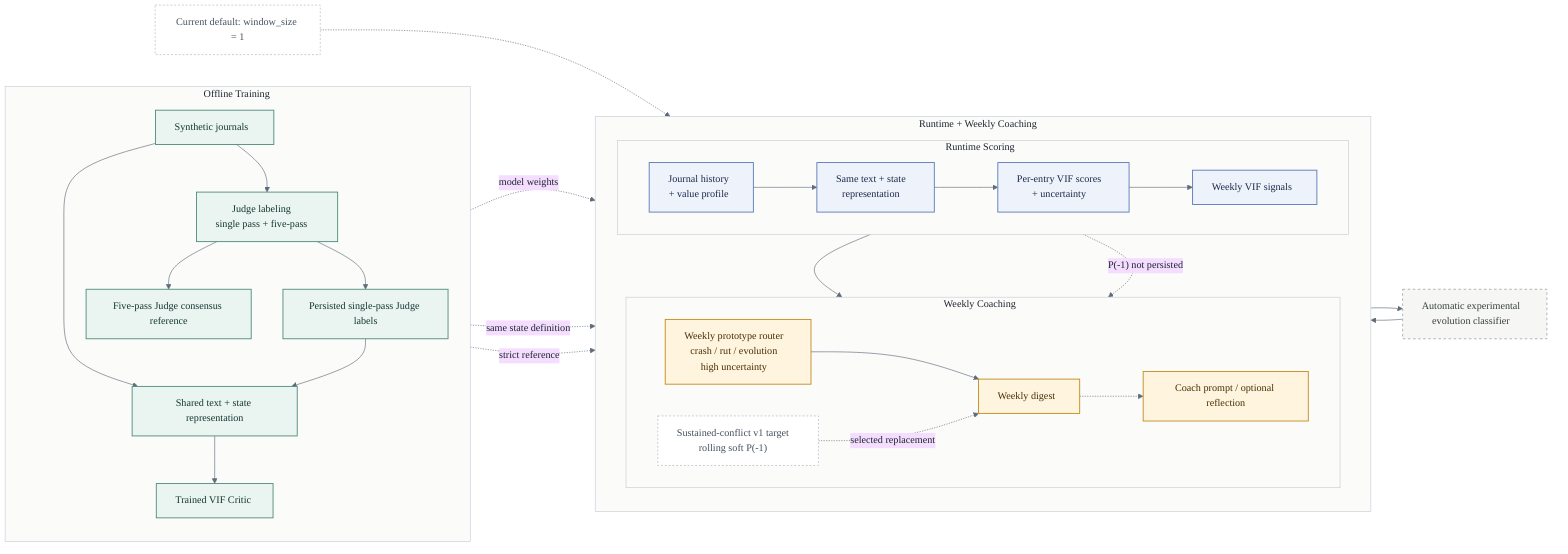
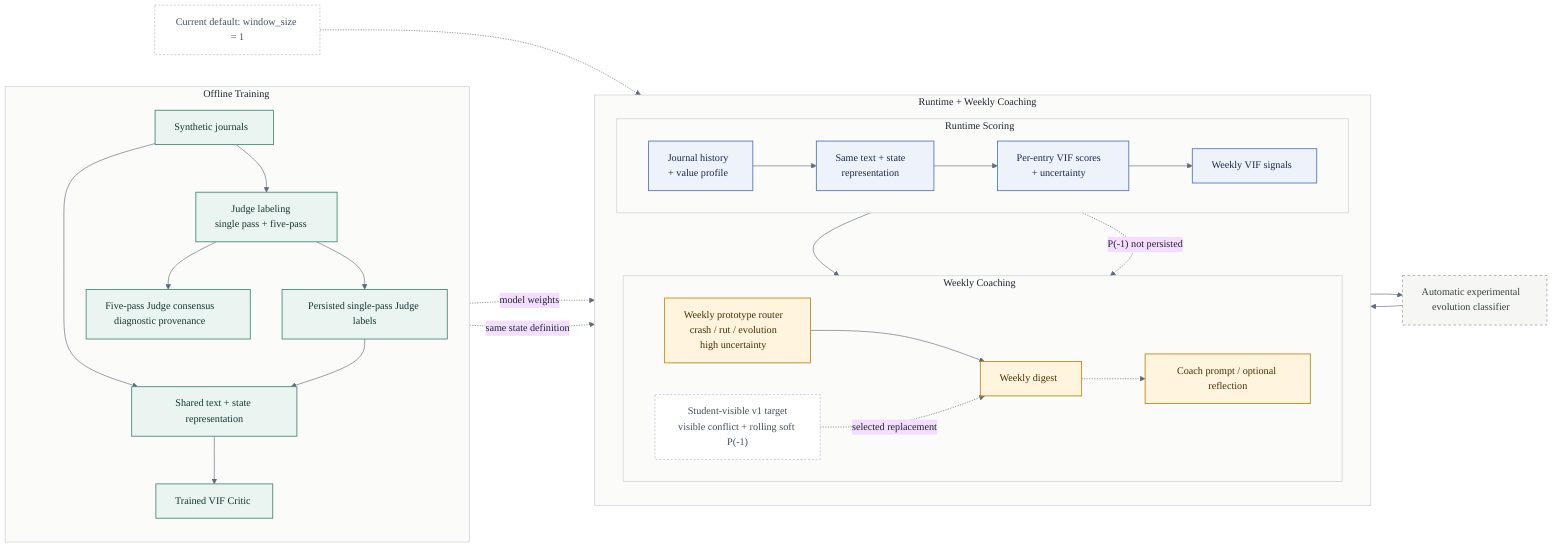
%%{init: {
  'theme': 'base',
  'themeVariables': {
    'fontFamily': 'Aptos, Calibri, Arial, sans-serif',
    'background': '#FFFFFF',
    'lineColor': '#5F6B7A',
    'primaryTextColor': '#1E2430',
    'secondaryTextColor': '#1E2430',
    'tertiaryTextColor': '#1E2430',
    'clusterBkg': '#FBFBF9',
    'clusterBorder': '#C7CDD4'
  }
}}%%
flowchart LR
    classDef offline fill:#EAF4F1,stroke:#4E8A7C,color:#143831,stroke-width:1.4px;
    classDef runtime fill:#EEF2FB,stroke:#5A78B9,color:#1C2A4A,stroke-width:1.4px;
    classDef coach fill:#FFF4DE,stroke:#C28A1B,color:#473004,stroke-width:1.4px;
    classDef optional fill:#F6F6F4,stroke:#9AA39D,color:#38413B,stroke-dasharray: 4 4,stroke-width:1.2px;
    classDef note fill:#FFFFFF,stroke:#AAB4C2,color:#44505F,stroke-dasharray: 3 3;

    subgraph offline_lane["Offline Training"]
        direction TB
        synth["Synthetic journals"]
        judge["Judge labeling<br/>single pass + five-pass"]
        labels["Persisted single-pass Judge labels"]
-         consensus["Five-pass Judge consensus reference"]
+         consensus["Five-pass Judge consensus<br/>diagnostic provenance"]
        shared_train["Shared text + state representation"]
        critic_model["Trained VIF Critic"]
        synth --> shared_train --> critic_model
        synth --> judge
        judge --> labels
        judge --> consensus
        labels --> shared_train
    end

    subgraph product_lane["Runtime + Weekly Coaching"]
        direction TB
        subgraph runtime_lane["Runtime Scoring"]
            direction LR
            history["Journal history<br/>+ value profile"]
            shared_runtime["Same text + state<br/>representation"]
            entry_scores["Per-entry VIF scores<br/>+ uncertainty"]
            weekly["Weekly VIF signals"]
            history --> shared_runtime --> entry_scores --> weekly
        end
        subgraph coach_lane["Weekly Coaching"]
            direction LR
            drift["Weekly prototype router<br/>crash / rut / evolution<br/>high uncertainty"]
-             drift_v1["Sustained-conflict v1 target<br/>rolling soft P(-1)"]
+             drift_v1["Student-visible v1 target<br/>visible conflict + rolling soft P(-1)"]
            digest["Weekly digest"]
            coach["Coach prompt / optional reflection"]
            drift --> digest -.-> coach
        end
    end

    critic_model -. "model weights" .-> entry_scores
    shared_train -. "same state definition" .-> shared_runtime
    weekly --> drift
    entry_scores -. "P(-1) not persisted" .-> drift_v1
-     consensus -. "strict reference" .-> drift_v1
    drift_v1 -. "selected replacement" .-> digest

    evolution["Automatic experimental<br/>evolution classifier"]
    weekly --> evolution --> drift

    default_note["Current default: window_size = 1"]
    default_note -.-> shared_runtime

    class synth,judge,labels,consensus,shared_train,critic_model offline;
    class history,shared_runtime,entry_scores,weekly runtime;
    class drift,digest,coach coach;
    class evolution optional;
    class default_note,drift_v1 note;
